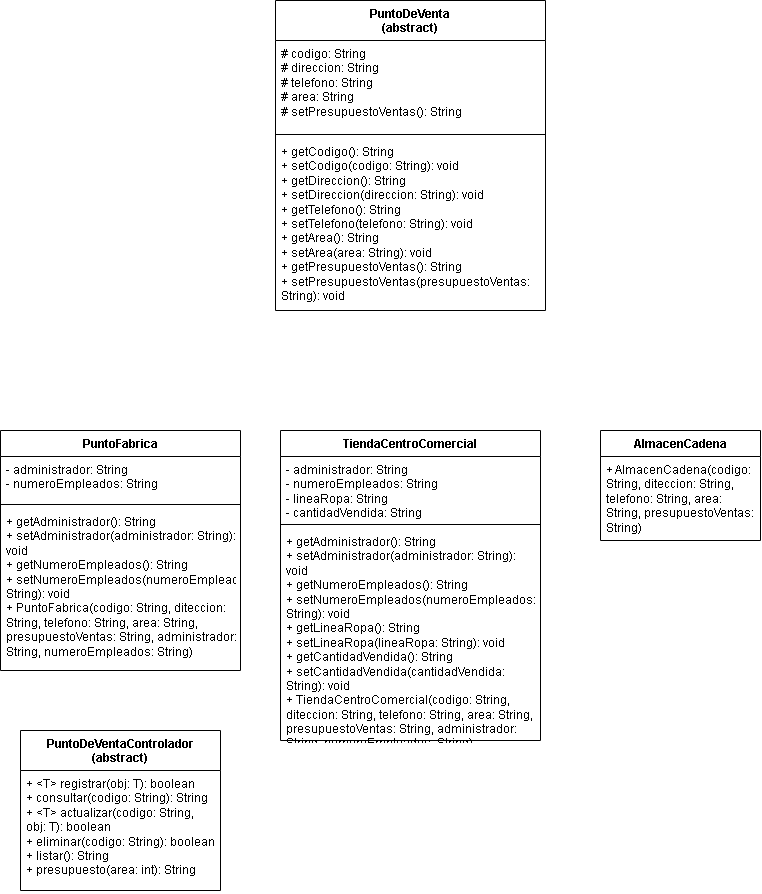
AngelDavidGutierrez/TallerFinalPunto3 keeps this draw.io diagram as TallerFinalPunto3.drawio.png. Above is the earlier version. Source tidied: cells renumbered, new cells last; positions are measured from the earlier drawing's top-left corner, leaving out a move shared by most shapes.
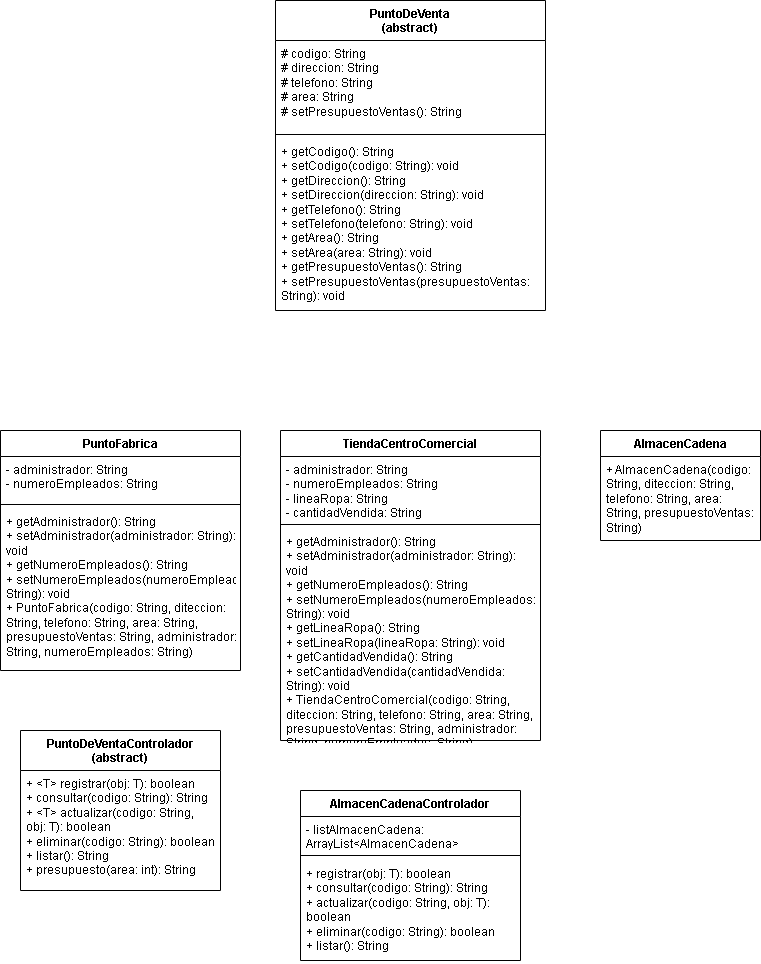
The same file after the commit.

What changed in the source:
```diff
@@ -50,5 +50,17 @@
     <mxCell id="17" value="+ &amp;lt;T&amp;gt; registrar(obj: T): boolean&lt;div&gt;+ consultar(codigo: String): String&lt;/div&gt;&lt;div&gt;+ &amp;lt;T&amp;gt; actualizar(codigo: String, obj: T): boolean&lt;/div&gt;&lt;div&gt;+&amp;nbsp;eliminar(codigo: String): boolean&lt;/div&gt;&lt;div&gt;+&amp;nbsp;listar(): String&lt;/div&gt;&lt;div&gt;+&amp;nbsp;presupuesto(area: int): String&lt;/div&gt;" style="text;strokeColor=none;fillColor=none;align=left;verticalAlign=top;spacingLeft=4;spacingRight=4;overflow=hidden;whiteSpace=wrap;html=1;" parent="16" vertex="1">
       <mxGeometry y="40" width="200" height="120" as="geometry" />
     </mxCell>
+    <mxCell id="18" value="AlmacenCadenaControlador" style="swimlane;fontStyle=1;align=center;verticalAlign=top;horizontal=1;startSize=26;whiteSpace=wrap;html=1;" parent="1" vertex="1">
+      <mxGeometry x="300" y="790" width="220" height="170" as="geometry" />
+    </mxCell>
+    <mxCell id="19" value="-&amp;nbsp;listAlmacenCadena: ArrayList&amp;lt;AlmacenCadena&amp;gt;" style="text;strokeColor=none;fillColor=none;align=left;verticalAlign=top;spacingLeft=4;spacingRight=4;overflow=hidden;whiteSpace=wrap;html=1;" parent="18" vertex="1">
+      <mxGeometry y="26" width="220" height="34" as="geometry" />
+    </mxCell>
+    <mxCell id="20" style="line;strokeWidth=1;fillColor=none;align=left;verticalAlign=middle;spacingTop=-1;spacingLeft=3;spacingRight=3;labelPosition=right;strokeColor=inherit;" parent="18" vertex="1">
+      <mxGeometry y="60" width="220" height="10" as="geometry" />
+    </mxCell>
+    <mxCell id="21" value="+&amp;nbsp;registrar(obj: T): boolean&lt;div&gt;+&amp;nbsp;consultar(codigo: String): String&lt;/div&gt;&lt;div&gt;+&amp;nbsp;actualizar(codigo: String, obj: T): boolean&lt;/div&gt;&lt;div&gt;+&amp;nbsp;eliminar(codigo: String): boolean&lt;/div&gt;&lt;div&gt;+&amp;nbsp;listar(): String&lt;/div&gt;" style="text;strokeColor=none;fillColor=none;align=left;verticalAlign=top;spacingLeft=4;spacingRight=4;overflow=hidden;whiteSpace=wrap;html=1;" parent="18" vertex="1">
+      <mxGeometry y="70" width="220" height="100" as="geometry" />
+    </mxCell>
   </root>
 </mxGraphModel>
```
